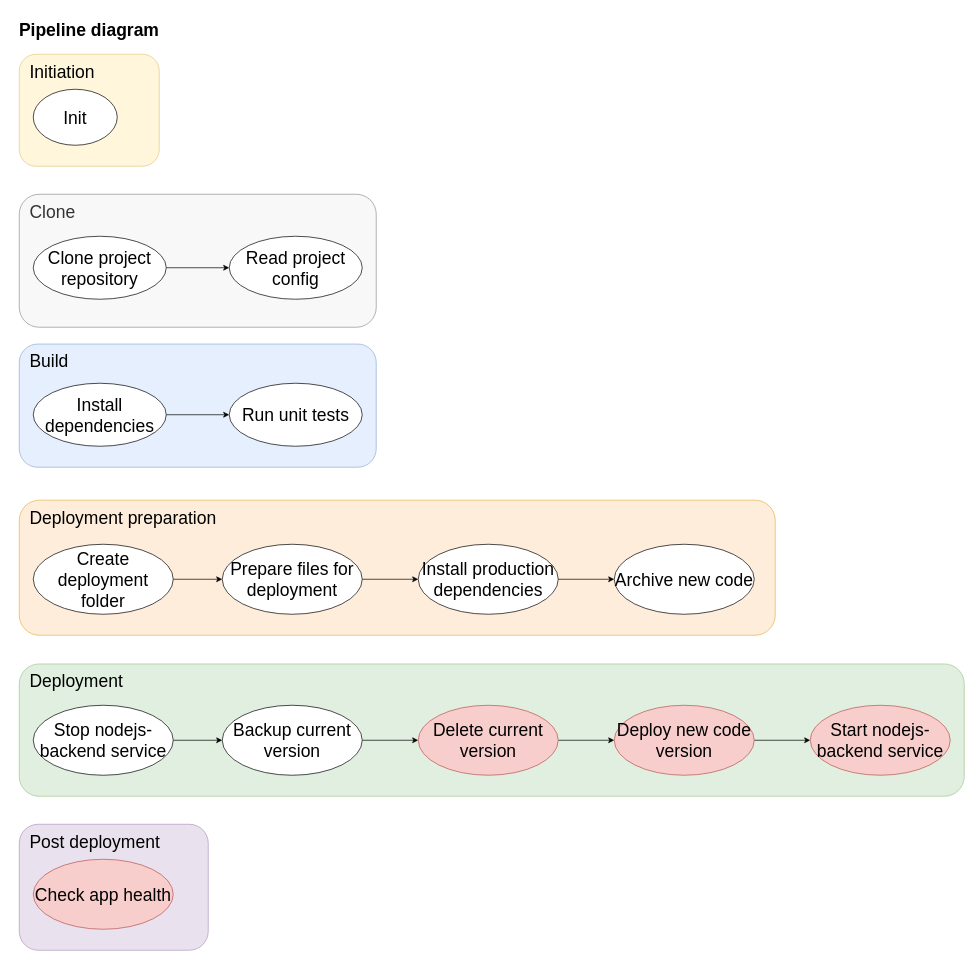
Before: diagrams/pipeline-diagram.drawio in DomnMihai/jenkins-pipeline-tutorial__configuration, a draw.io diagram. Source tidied: cells renumbered, new cells numbered last; positions are measured from the earlier drawing's top-left corner, leaving out a move shared by most shapes. Both pictures are drawn from the tidied source at 70%, with x=0, y=0 at pixel (12, 12).
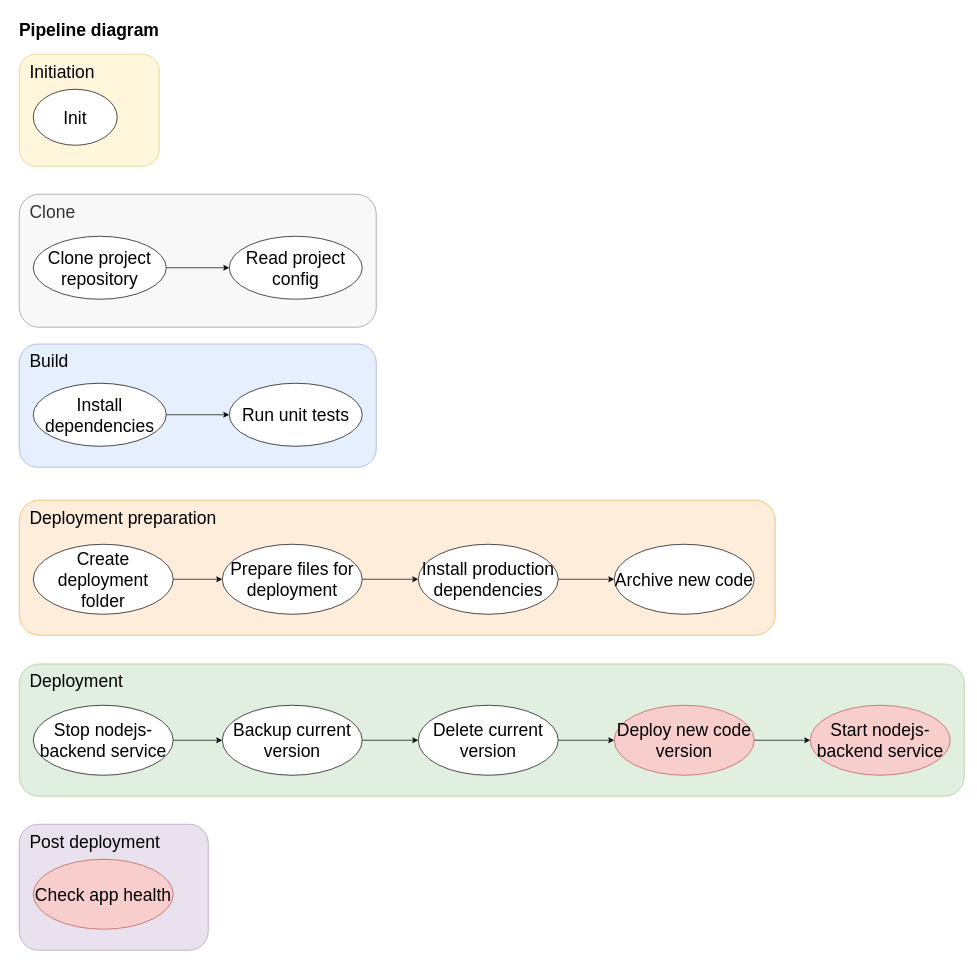
The same diagram, later.

Commit message:
Updated diagram Delete current version

Change to the diagram source:
```diff
@@
-    <mxCell id="28" value="Delete current version" style="ellipse;whiteSpace=wrap;html=1;fontSize=25;fillColor=#f8cecc;strokeColor=#b85450;" parent="1" vertex="1">
+    <mxCell id="28" value="Delete current version" style="ellipse;whiteSpace=wrap;html=1;fontSize=25;" parent="1" vertex="1">
       <mxGeometry x="580" y="990" width="200" height="100" as="geometry" />
     </mxCell>
```
